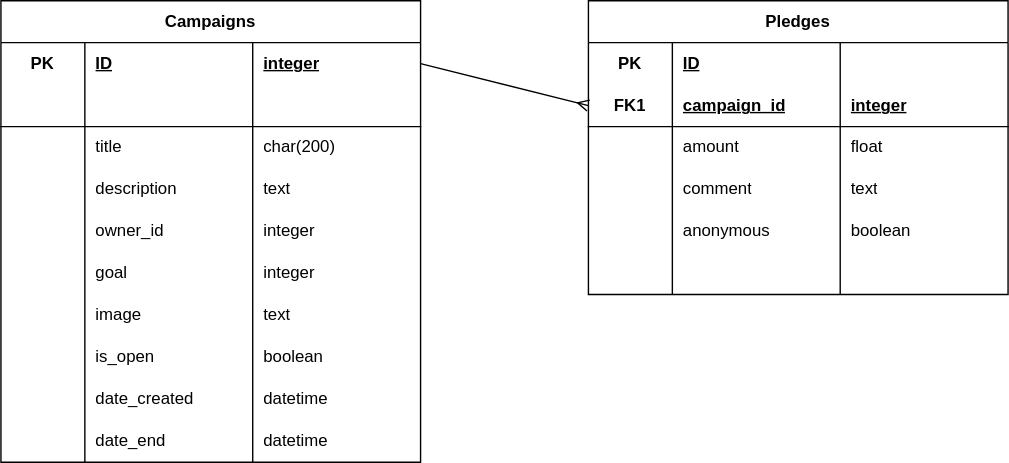
This is database.drawio.svg from gudetamago/crowdfunding_backend, a draw.io export, as it was before one commit. Source tidied: cells renumbered, new cells last; positions are measured from the earlier drawing's top-left corner, leaving out a move shared by most shapes.
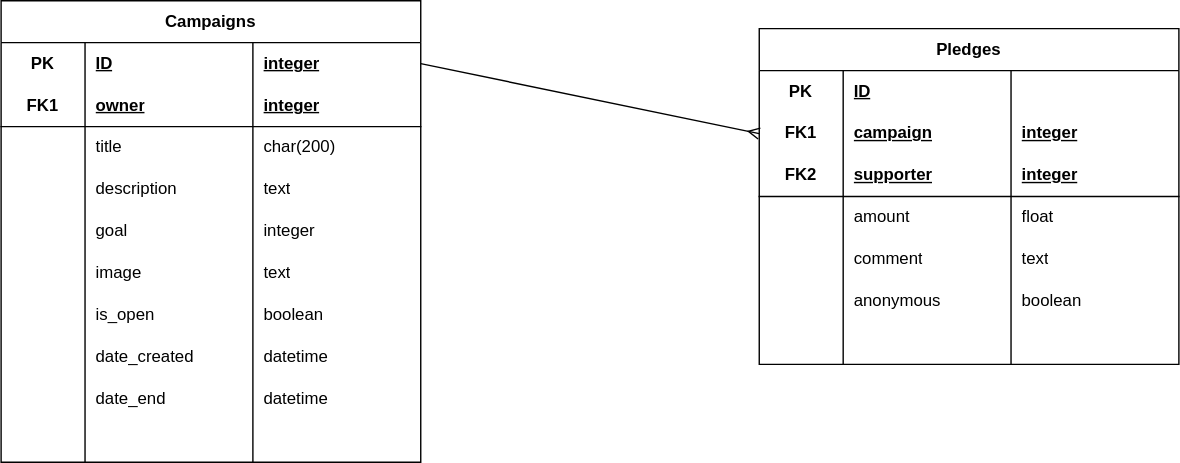
Later version of the same file.

Commit message:
Automatically assign logged in user as the owner of a campaign

The edit, as a diff of the source:
```diff
@@ -3,7 +3,7 @@
     <mxCell id="0" />
     <mxCell id="1" parent="0" />
     <mxCell id="2" value="Campaigns" style="shape=table;startSize=30;rowLines=0;fontStyle=1;align=center;html=1;whiteSpace=wrap;" parent="1" vertex="1">
-      <mxGeometry width="300" height="330" as="geometry" />
+      <mxGeometry x="-2" width="300" height="330" as="geometry" />
     </mxCell>
     <mxCell id="3" style="shape=tableRow;horizontal=0;startSize=0;swimlaneHead=0;swimlaneBody=0;fillColor=none;points=[[0,0.5],[1,0.5]];portConstraint=eastwest;top=0;left=0;right=0;bottom=0;html=1;" parent="2" vertex="1">
       <mxGeometry y="30" width="300" height="30" as="geometry" />
@@ -20,13 +20,13 @@
     <mxCell id="7" style="shape=tableRow;horizontal=0;startSize=0;swimlaneHead=0;swimlaneBody=0;fillColor=none;top=0;left=0;right=0;bottom=1;html=1;" parent="2" vertex="1">
       <mxGeometry y="60" width="300" height="30" as="geometry" />
     </mxCell>
-    <mxCell id="8" style="shape=partialRectangle;fillColor=none;top=0;left=0;bottom=0;right=0;fontStyle=1;overflow=hidden;html=1;whiteSpace=wrap;" parent="7" vertex="1">
+    <mxCell id="8" value="FK1" style="shape=partialRectangle;fillColor=none;top=0;left=0;bottom=0;right=0;fontStyle=1;overflow=hidden;html=1;whiteSpace=wrap;" parent="7" vertex="1">
       <mxGeometry width="60" height="30" as="geometry" />
     </mxCell>
-    <mxCell id="9" style="shape=partialRectangle;fillColor=none;top=0;left=0;bottom=0;right=0;align=left;spacingLeft=6;fontStyle=5;overflow=hidden;html=1;whiteSpace=wrap;" parent="7" vertex="1">
+    <mxCell id="9" value="owner" style="shape=partialRectangle;fillColor=none;top=0;left=0;bottom=0;right=0;align=left;spacingLeft=6;fontStyle=5;overflow=hidden;html=1;whiteSpace=wrap;" parent="7" vertex="1">
       <mxGeometry x="60" width="120" height="30" as="geometry" />
     </mxCell>
-    <mxCell id="10" style="shape=partialRectangle;fillColor=none;top=0;left=0;bottom=0;right=0;align=left;spacingLeft=6;fontStyle=5;overflow=hidden;html=1;whiteSpace=wrap;" parent="7" vertex="1">
+    <mxCell id="10" value="integer" style="shape=partialRectangle;fillColor=none;top=0;left=0;bottom=0;right=0;align=left;spacingLeft=6;fontStyle=5;overflow=hidden;html=1;whiteSpace=wrap;" parent="7" vertex="1">
       <mxGeometry x="180" width="120" height="30" as="geometry" />
     </mxCell>
     <mxCell id="11" style="shape=tableRow;horizontal=0;startSize=0;swimlaneHead=0;swimlaneBody=0;fillColor=none;top=0;left=0;right=0;bottom=0;html=1;" parent="2" vertex="1">
@@ -53,20 +53,8 @@
     <mxCell id="18" value="text" style="shape=partialRectangle;fillColor=none;top=0;left=0;bottom=0;right=0;align=left;spacingLeft=6;overflow=hidden;html=1;whiteSpace=wrap;" parent="15" vertex="1">
       <mxGeometry x="180" width="120" height="30" as="geometry" />
     </mxCell>
-    <mxCell id="19" style="shape=tableRow;horizontal=0;startSize=0;swimlaneHead=0;swimlaneBody=0;fillColor=none;top=0;left=0;right=0;bottom=0;html=1;" parent="2" vertex="1">
-      <mxGeometry y="150" width="300" height="30" as="geometry" />
-    </mxCell>
-    <mxCell id="20" style="shape=partialRectangle;fillColor=none;top=0;left=0;bottom=0;right=0;overflow=hidden;html=1;whiteSpace=wrap;" parent="19" vertex="1">
-      <mxGeometry width="60" height="30" as="geometry" />
-    </mxCell>
-    <mxCell id="21" value="owner_id" style="shape=partialRectangle;fillColor=none;top=0;left=0;bottom=0;right=0;align=left;spacingLeft=6;overflow=hidden;html=1;whiteSpace=wrap;" parent="19" vertex="1">
-      <mxGeometry x="60" width="120" height="30" as="geometry" />
-    </mxCell>
-    <mxCell id="22" value="integer" style="shape=partialRectangle;fillColor=none;top=0;left=0;bottom=0;right=0;align=left;spacingLeft=6;overflow=hidden;html=1;whiteSpace=wrap;" parent="19" vertex="1">
-      <mxGeometry x="180" width="120" height="30" as="geometry" />
-    </mxCell>
     <mxCell id="23" style="shape=tableRow;horizontal=0;startSize=0;swimlaneHead=0;swimlaneBody=0;fillColor=none;top=0;left=0;right=0;bottom=0;html=1;" parent="2" vertex="1">
-      <mxGeometry y="180" width="300" height="30" as="geometry" />
+      <mxGeometry y="150" width="300" height="30" as="geometry" />
     </mxCell>
     <mxCell id="24" style="shape=partialRectangle;fillColor=none;top=0;left=0;bottom=0;right=0;overflow=hidden;html=1;whiteSpace=wrap;" parent="23" vertex="1">
       <mxGeometry width="60" height="30" as="geometry" />
@@ -78,7 +66,7 @@
       <mxGeometry x="180" width="120" height="30" as="geometry" />
     </mxCell>
     <mxCell id="27" style="shape=tableRow;horizontal=0;startSize=0;swimlaneHead=0;swimlaneBody=0;fillColor=none;top=0;left=0;right=0;bottom=0;html=1;" parent="2" vertex="1">
-      <mxGeometry y="210" width="300" height="30" as="geometry" />
+      <mxGeometry y="180" width="300" height="30" as="geometry" />
     </mxCell>
     <mxCell id="28" style="shape=partialRectangle;fillColor=none;top=0;left=0;bottom=0;right=0;overflow=hidden;html=1;whiteSpace=wrap;" parent="27" vertex="1">
       <mxGeometry width="60" height="30" as="geometry" />
@@ -90,7 +78,7 @@
       <mxGeometry x="180" width="120" height="30" as="geometry" />
     </mxCell>
     <mxCell id="31" style="shape=tableRow;horizontal=0;startSize=0;swimlaneHead=0;swimlaneBody=0;fillColor=none;top=0;left=0;right=0;bottom=0;html=1;" parent="2" vertex="1">
-      <mxGeometry y="240" width="300" height="30" as="geometry" />
+      <mxGeometry y="210" width="300" height="30" as="geometry" />
     </mxCell>
     <mxCell id="32" style="shape=partialRectangle;fillColor=none;top=0;left=0;bottom=0;right=0;overflow=hidden;html=1;whiteSpace=wrap;" parent="31" vertex="1">
       <mxGeometry width="60" height="30" as="geometry" />
@@ -102,7 +90,7 @@
       <mxGeometry x="180" width="120" height="30" as="geometry" />
     </mxCell>
     <mxCell id="35" style="shape=tableRow;horizontal=0;startSize=0;swimlaneHead=0;swimlaneBody=0;fillColor=none;top=0;left=0;right=0;bottom=0;html=1;" parent="2" vertex="1">
-      <mxGeometry y="270" width="300" height="30" as="geometry" />
+      <mxGeometry y="240" width="300" height="30" as="geometry" />
     </mxCell>
     <mxCell id="36" style="shape=partialRectangle;fillColor=none;top=0;left=0;bottom=0;right=0;overflow=hidden;html=1;whiteSpace=wrap;" parent="35" vertex="1">
       <mxGeometry width="60" height="30" as="geometry" />
@@ -114,7 +102,7 @@
       <mxGeometry x="180" width="120" height="30" as="geometry" />
     </mxCell>
     <mxCell id="39" style="shape=tableRow;horizontal=0;startSize=0;swimlaneHead=0;swimlaneBody=0;fillColor=none;top=0;left=0;right=0;bottom=0;html=1;" parent="2" vertex="1">
-      <mxGeometry y="300" width="300" height="30" as="geometry" />
+      <mxGeometry y="270" width="300" height="30" as="geometry" />
     </mxCell>
     <mxCell id="40" style="shape=partialRectangle;fillColor=none;top=0;left=0;bottom=0;right=0;overflow=hidden;html=1;whiteSpace=wrap;" parent="39" vertex="1">
       <mxGeometry width="60" height="30" as="geometry" />
@@ -125,8 +113,20 @@
     <mxCell id="42" value="datetime" style="shape=partialRectangle;fillColor=none;top=0;left=0;bottom=0;right=0;align=left;spacingLeft=6;overflow=hidden;html=1;whiteSpace=wrap;" parent="39" vertex="1">
       <mxGeometry x="180" width="120" height="30" as="geometry" />
     </mxCell>
+    <mxCell id="69" style="shape=tableRow;horizontal=0;startSize=0;swimlaneHead=0;swimlaneBody=0;fillColor=none;top=0;left=0;right=0;bottom=0;html=1;" parent="2" vertex="1">
+      <mxGeometry y="300" width="300" height="30" as="geometry" />
+    </mxCell>
+    <mxCell id="20" style="shape=partialRectangle;fillColor=none;top=0;left=0;bottom=0;right=0;overflow=hidden;html=1;whiteSpace=wrap;" parent="69" vertex="1">
+      <mxGeometry width="60" height="30" as="geometry" />
+    </mxCell>
+    <mxCell id="70" style="shape=partialRectangle;fillColor=none;top=0;left=0;bottom=0;right=0;align=left;spacingLeft=6;overflow=hidden;html=1;whiteSpace=wrap;" parent="69" vertex="1">
+      <mxGeometry x="60" width="120" height="30" as="geometry" />
+    </mxCell>
+    <mxCell id="71" style="shape=partialRectangle;fillColor=none;top=0;left=0;bottom=0;right=0;align=left;spacingLeft=6;overflow=hidden;html=1;whiteSpace=wrap;" parent="69" vertex="1">
+      <mxGeometry x="180" width="120" height="30" as="geometry" />
+    </mxCell>
     <mxCell id="43" value="Pledges" style="shape=table;startSize=30;rowLines=0;fontStyle=1;align=center;html=1;whiteSpace=wrap;" parent="1" vertex="1">
-      <mxGeometry x="420" width="300" height="210" as="geometry" />
+      <mxGeometry x="540" y="20" width="300" height="240" as="geometry" />
     </mxCell>
     <mxCell id="44" style="shape=tableRow;horizontal=0;startSize=0;swimlaneHead=0;swimlaneBody=0;fillColor=none;top=0;left=0;right=0;bottom=0;html=1;" parent="43" vertex="1">
       <mxGeometry y="30" width="300" height="30" as="geometry" />
@@ -140,20 +140,32 @@
     <mxCell id="47" style="shape=partialRectangle;fillColor=none;top=0;left=0;bottom=0;right=0;align=left;spacingLeft=6;fontStyle=5;overflow=hidden;html=1;whiteSpace=wrap;" parent="44" vertex="1">
       <mxGeometry x="180" width="120" height="30" as="geometry" />
     </mxCell>
+    <mxCell id="72" style="shape=tableRow;horizontal=0;startSize=0;swimlaneHead=0;swimlaneBody=0;fillColor=none;points=[[0,0.5],[1,0.5]];portConstraint=eastwest;top=0;left=0;right=0;bottom=0;html=1;" parent="43" vertex="1">
+      <mxGeometry y="60" width="300" height="30" as="geometry" />
+    </mxCell>
+    <mxCell id="73" value="FK1" style="shape=partialRectangle;fillColor=none;top=0;left=0;bottom=0;right=0;fontStyle=1;overflow=hidden;html=1;whiteSpace=wrap;" parent="72" vertex="1">
+      <mxGeometry width="60" height="30" as="geometry" />
+    </mxCell>
+    <mxCell id="74" value="campaign" style="shape=partialRectangle;fillColor=none;top=0;left=0;bottom=0;right=0;align=left;spacingLeft=6;fontStyle=5;overflow=hidden;html=1;whiteSpace=wrap;" parent="72" vertex="1">
+      <mxGeometry x="60" width="120" height="30" as="geometry" />
+    </mxCell>
+    <mxCell id="22" value="integer" style="shape=partialRectangle;fillColor=none;top=0;left=0;bottom=0;right=0;align=left;spacingLeft=6;fontStyle=5;overflow=hidden;html=1;whiteSpace=wrap;" parent="72" vertex="1">
+      <mxGeometry x="180" width="120" height="30" as="geometry" />
+    </mxCell>
     <mxCell id="48" style="shape=tableRow;horizontal=0;startSize=0;swimlaneHead=0;swimlaneBody=0;fillColor=none;points=[[0,0.5],[1,0.5]];portConstraint=eastwest;top=0;left=0;right=0;bottom=1;html=1;" parent="43" vertex="1">
-      <mxGeometry y="60" width="300" height="30" as="geometry" />
+      <mxGeometry y="90" width="300" height="30" as="geometry" />
     </mxCell>
-    <mxCell id="49" value="FK1" style="shape=partialRectangle;fillColor=none;top=0;left=0;bottom=0;right=0;fontStyle=1;overflow=hidden;html=1;whiteSpace=wrap;" parent="48" vertex="1">
+    <mxCell id="49" value="FK2" style="shape=partialRectangle;fillColor=none;top=0;left=0;bottom=0;right=0;fontStyle=1;overflow=hidden;html=1;whiteSpace=wrap;" parent="48" vertex="1">
       <mxGeometry width="60" height="30" as="geometry" />
     </mxCell>
-    <mxCell id="50" value="campaign_id" style="shape=partialRectangle;fillColor=none;top=0;left=0;bottom=0;right=0;align=left;spacingLeft=6;fontStyle=5;overflow=hidden;html=1;whiteSpace=wrap;" parent="48" vertex="1">
+    <mxCell id="50" value="supporter" style="shape=partialRectangle;fillColor=none;top=0;left=0;bottom=0;right=0;align=left;spacingLeft=6;fontStyle=5;overflow=hidden;html=1;whiteSpace=wrap;" parent="48" vertex="1">
       <mxGeometry x="60" width="120" height="30" as="geometry" />
     </mxCell>
     <mxCell id="51" value="integer" style="shape=partialRectangle;fillColor=none;top=0;left=0;bottom=0;right=0;align=left;spacingLeft=6;fontStyle=5;overflow=hidden;html=1;whiteSpace=wrap;" parent="48" vertex="1">
       <mxGeometry x="180" width="120" height="30" as="geometry" />
     </mxCell>
     <mxCell id="52" style="shape=tableRow;horizontal=0;startSize=0;swimlaneHead=0;swimlaneBody=0;fillColor=none;top=0;left=0;right=0;bottom=0;html=1;" parent="43" vertex="1">
-      <mxGeometry y="90" width="300" height="30" as="geometry" />
+      <mxGeometry y="120" width="300" height="30" as="geometry" />
     </mxCell>
     <mxCell id="53" style="shape=partialRectangle;fillColor=none;top=0;left=0;bottom=0;right=0;overflow=hidden;html=1;whiteSpace=wrap;" parent="52" vertex="1">
       <mxGeometry width="60" height="30" as="geometry" />
@@ -165,7 +177,7 @@
       <mxGeometry x="180" width="120" height="30" as="geometry" />
     </mxCell>
     <mxCell id="56" style="shape=tableRow;horizontal=0;startSize=0;swimlaneHead=0;swimlaneBody=0;fillColor=none;top=0;left=0;right=0;bottom=0;html=1;" parent="43" vertex="1">
-      <mxGeometry y="120" width="300" height="30" as="geometry" />
+      <mxGeometry y="150" width="300" height="30" as="geometry" />
     </mxCell>
     <mxCell id="57" style="shape=partialRectangle;fillColor=none;top=0;left=0;bottom=0;right=0;overflow=hidden;html=1;whiteSpace=wrap;" parent="56" vertex="1">
       <mxGeometry width="60" height="30" as="geometry" />
@@ -177,7 +189,7 @@
       <mxGeometry x="180" width="120" height="30" as="geometry" />
     </mxCell>
     <mxCell id="60" style="shape=tableRow;horizontal=0;startSize=0;swimlaneHead=0;swimlaneBody=0;fillColor=none;top=0;left=0;right=0;bottom=0;html=1;" parent="43" vertex="1">
-      <mxGeometry y="150" width="300" height="30" as="geometry" />
+      <mxGeometry y="180" width="300" height="30" as="geometry" />
     </mxCell>
     <mxCell id="61" style="shape=partialRectangle;fillColor=none;top=0;left=0;bottom=0;right=0;overflow=hidden;html=1;whiteSpace=wrap;" parent="60" vertex="1">
       <mxGeometry width="60" height="30" as="geometry" />
@@ -189,7 +201,7 @@
       <mxGeometry x="180" width="120" height="30" as="geometry" />
     </mxCell>
     <mxCell id="64" style="shape=tableRow;horizontal=0;startSize=0;swimlaneHead=0;swimlaneBody=0;fillColor=none;top=0;left=0;right=0;bottom=0;html=1;" parent="43" vertex="1">
-      <mxGeometry y="180" width="300" height="30" as="geometry" />
+      <mxGeometry y="210" width="300" height="30" as="geometry" />
     </mxCell>
     <mxCell id="65" style="shape=partialRectangle;fillColor=none;top=0;left=0;bottom=0;right=0;overflow=hidden;html=1;whiteSpace=wrap;" parent="64" vertex="1">
       <mxGeometry width="60" height="30" as="geometry" />
@@ -200,7 +212,7 @@
     <mxCell id="67" style="shape=partialRectangle;fillColor=none;top=0;left=0;bottom=0;right=0;align=left;spacingLeft=6;overflow=hidden;html=1;whiteSpace=wrap;" parent="64" vertex="1">
       <mxGeometry x="180" width="120" height="30" as="geometry" />
     </mxCell>
-    <mxCell id="68" style="edgeStyle=none;html=1;entryX=0;entryY=0.5;entryDx=0;entryDy=0;exitX=1;exitY=0.5;exitDx=0;exitDy=0;endArrow=ERmany;endFill=0;" parent="1" edge="1" source="3" target="48">
+    <mxCell id="68" style="edgeStyle=none;html=1;entryX=0;entryY=0.5;entryDx=0;entryDy=0;exitX=1;exitY=0.5;exitDx=0;exitDy=0;endArrow=ERmany;endFill=0;" parent="1" edge="1" source="3" target="72">
       <mxGeometry relative="1" as="geometry" />
     </mxCell>
   </root>
```
